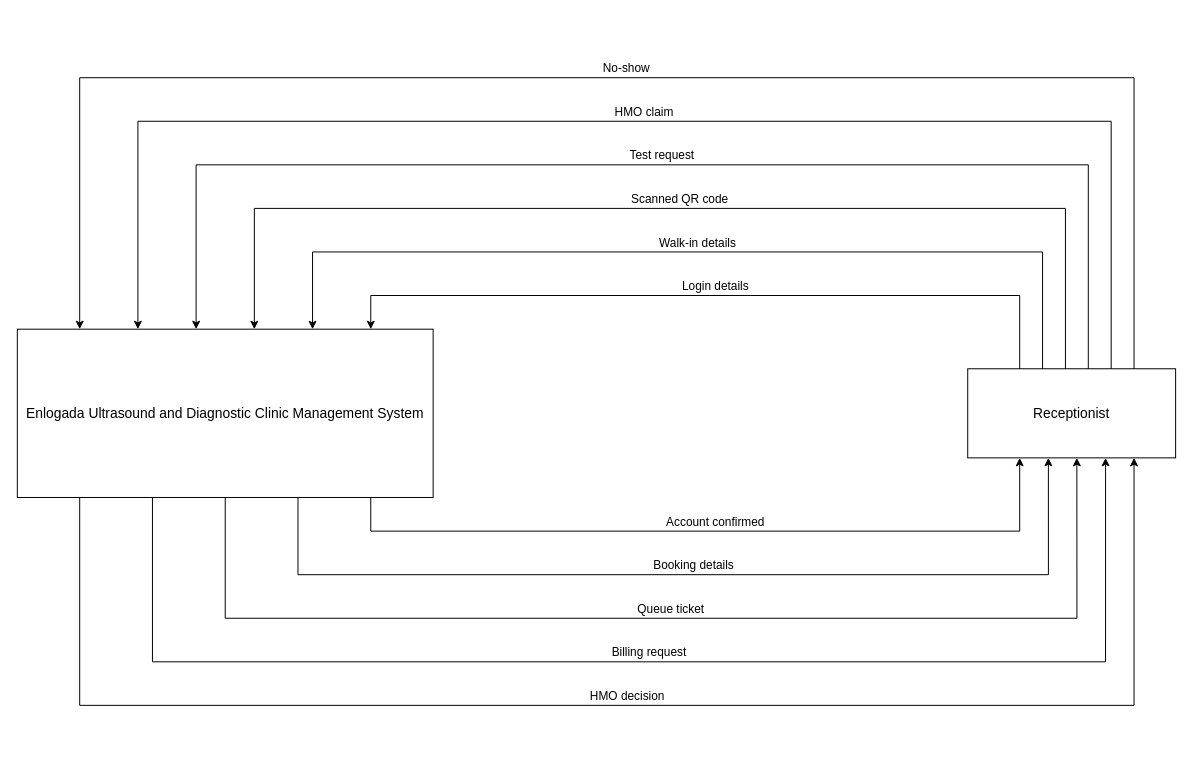
The draw.io diagram page "Receptionist" (4 of 9) of docs/diagrams/dfd-level0.drawio in Diazzzz-cpu/Enlogada-Clinic-Management-System, before the edit. Source tidied: cells renumbered, new cells numbered last; positions are measured from the earlier drawing's top-left corner, leaving out a move shared by most shapes. Both pictures are drawn from the tidied source at 99%, with x=0, y=0 at pixel (17, 77).
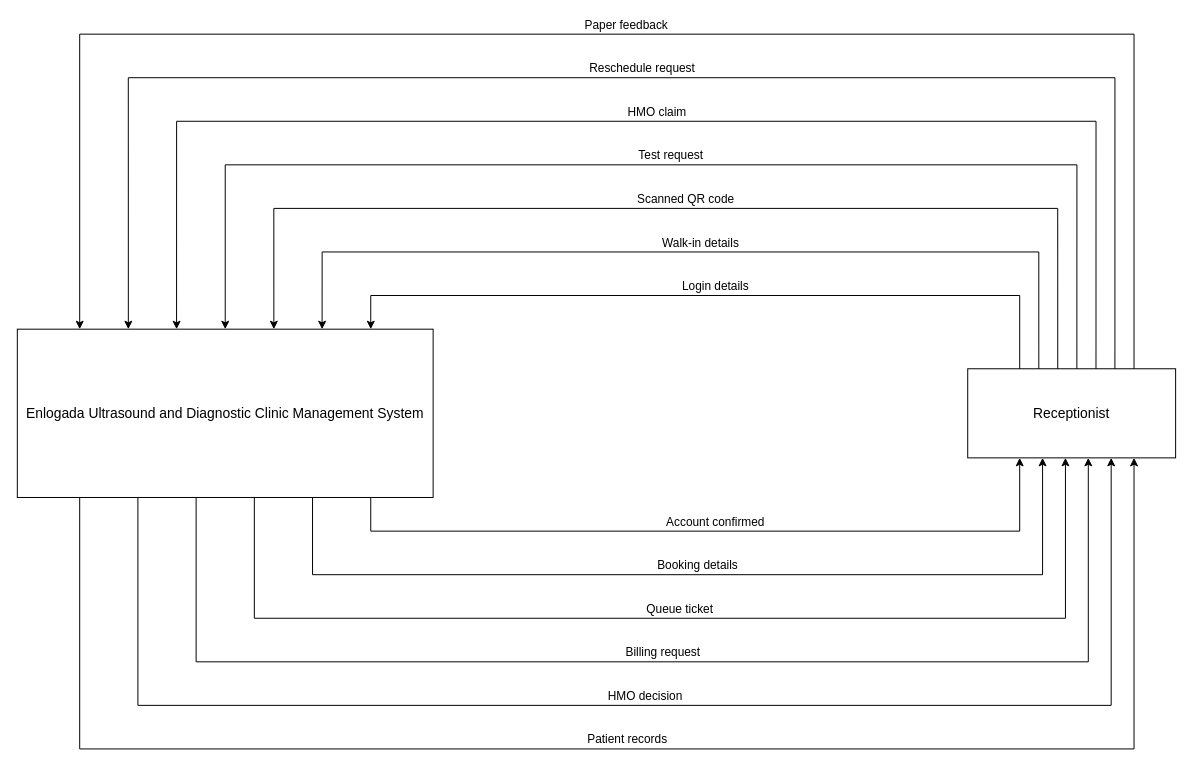
The same diagram, later.

Unchanged cells that the change refers to:
```xml
<mxCell id="2" value="Enlogada Ultrasound and Diagnostic Clinic Management System" style="rounded=0;whiteSpace=wrap;html=1;verticalAlign=middle;fontFamily=Helvetica;fontSize=14;fontColor=#000000;strokeColor=#000000;" parent="1" vertex="1">
  <mxGeometry y="254" width="420" height="170" as="geometry" />
</mxCell>
<mxCell id="3" value="Receptionist" style="rounded=0;whiteSpace=wrap;html=1;fontFamily=Helvetica;fontSize=14;fontColor=#000000;strokeColor=#000000;" parent="1" vertex="1">
  <mxGeometry x="960" y="294" width="210" height="90" as="geometry" />
</mxCell>
```

Change to the diagram source:
```diff
@@
-    <mxCell id="5" value="Walk-in details" style="edgeStyle=orthogonalEdgeStyle;rounded=0;html=1;verticalAlign=bottom;fontFamily=Helvetica;fontSize=12;fontColor=#000000;strokeColor=#000000;exitX=0.360;exitY=0;exitDx=0;exitDy=0;entryX=0.710;entryY=0;entryDx=0;entryDy=0;" parent="1" edge="1" source="3" target="2">
+    <mxCell id="5" value="Walk-in details" style="edgeStyle=orthogonalEdgeStyle;rounded=0;html=1;verticalAlign=bottom;fontFamily=Helvetica;fontSize=12;fontColor=#000000;strokeColor=#000000;exitX=0.342;exitY=0;exitDx=0;exitDy=0;entryX=0.733;entryY=0;entryDx=0;entryDy=0;" parent="1" edge="1" source="3" target="2">
       <mxGeometry relative="1" as="geometry">
         <Array as="points">
-          <mxPoint x="1035.6" y="176" />
-          <mxPoint x="298.2" y="176" />
+          <mxPoint x="1031.8" y="176" />
+          <mxPoint x="308" y="176" />
         </Array>
       </mxGeometry>
     </mxCell>
-    <mxCell id="6" value="Scanned QR code" style="edgeStyle=orthogonalEdgeStyle;rounded=0;html=1;verticalAlign=bottom;fontFamily=Helvetica;fontSize=12;fontColor=#000000;strokeColor=#000000;exitX=0.470;exitY=0;exitDx=0;exitDy=0;entryX=0.570;entryY=0;entryDx=0;entryDy=0;" parent="1" edge="1" source="3" target="2">
+    <mxCell id="6" value="Scanned QR code" style="edgeStyle=orthogonalEdgeStyle;rounded=0;html=1;verticalAlign=bottom;fontFamily=Helvetica;fontSize=12;fontColor=#000000;strokeColor=#000000;exitX=0.433;exitY=0;exitDx=0;exitDy=0;entryX=0.617;entryY=0;entryDx=0;entryDy=0;" parent="1" edge="1" source="3" target="2">
       <mxGeometry relative="1" as="geometry">
         <Array as="points">
-          <mxPoint x="1058.7" y="132" />
-          <mxPoint x="239.4" y="132" />
+          <mxPoint x="1051" y="132" />
+          <mxPoint x="259" y="132" />
         </Array>
       </mxGeometry>
     </mxCell>
-    <mxCell id="7" value="Test request" style="edgeStyle=orthogonalEdgeStyle;rounded=0;html=1;verticalAlign=bottom;fontFamily=Helvetica;fontSize=12;fontColor=#000000;strokeColor=#000000;exitX=0.580;exitY=0;exitDx=0;exitDy=0;entryX=0.430;entryY=0;entryDx=0;entryDy=0;" parent="1" edge="1" source="3" target="2">
+    <mxCell id="7" value="Test request" style="edgeStyle=orthogonalEdgeStyle;rounded=0;html=1;verticalAlign=bottom;fontFamily=Helvetica;fontSize=12;fontColor=#000000;strokeColor=#000000;exitX=0.525;exitY=0;exitDx=0;exitDy=0;entryX=0.500;entryY=0;entryDx=0;entryDy=0;" parent="1" edge="1" source="3" target="2">
       <mxGeometry relative="1" as="geometry">
         <Array as="points">
-          <mxPoint x="1081.8" y="88" />
-          <mxPoint x="180.6" y="88" />
+          <mxPoint x="1070.2" y="88" />
+          <mxPoint x="210" y="88" />
         </Array>
       </mxGeometry>
     </mxCell>
-    <mxCell id="8" value="HMO claim" style="edgeStyle=orthogonalEdgeStyle;rounded=0;html=1;verticalAlign=bottom;fontFamily=Helvetica;fontSize=12;fontColor=#000000;strokeColor=#000000;exitX=0.690;exitY=0;exitDx=0;exitDy=0;entryX=0.290;entryY=0;entryDx=0;entryDy=0;" parent="1" edge="1" source="3" target="2">
+    <mxCell id="8" value="HMO claim" style="edgeStyle=orthogonalEdgeStyle;rounded=0;html=1;verticalAlign=bottom;fontFamily=Helvetica;fontSize=12;fontColor=#000000;strokeColor=#000000;exitX=0.617;exitY=0;exitDx=0;exitDy=0;entryX=0.383;entryY=0;entryDx=0;entryDy=0;" parent="1" edge="1" source="3" target="2">
       <mxGeometry relative="1" as="geometry">
         <Array as="points">
-          <mxPoint x="1104.9" y="44" />
-          <mxPoint x="121.8" y="44" />
+          <mxPoint x="1089.5" y="44" />
+          <mxPoint x="161" y="44" />
         </Array>
       </mxGeometry>
     </mxCell>
-    <mxCell id="9" value="No-show" style="edgeStyle=orthogonalEdgeStyle;rounded=0;html=1;verticalAlign=bottom;fontFamily=Helvetica;fontSize=12;fontColor=#000000;strokeColor=#000000;exitX=0.800;exitY=0;exitDx=0;exitDy=0;entryX=0.150;entryY=0;entryDx=0;entryDy=0;" parent="1" edge="1" source="3" target="2">
+    <mxCell id="9" value="Reschedule request" style="edgeStyle=orthogonalEdgeStyle;rounded=0;html=1;verticalAlign=bottom;fontFamily=Helvetica;fontSize=12;fontColor=#000000;strokeColor=#000000;exitX=0.708;exitY=0;exitDx=0;exitDy=0;entryX=0.267;entryY=0;entryDx=0;entryDy=0;" parent="1" edge="1" source="3" target="2">
       <mxGeometry relative="1" as="geometry">
         <Array as="points">
-          <mxPoint x="1128" />
-          <mxPoint x="63" />
+          <mxPoint x="1108.8" />
+          <mxPoint x="112" />
         </Array>
       </mxGeometry>
     </mxCell>
-    <mxCell id="10" value="Account confirmed" style="edgeStyle=orthogonalEdgeStyle;rounded=0;html=1;verticalAlign=bottom;fontFamily=Helvetica;fontSize=12;fontColor=#000000;strokeColor=#000000;exitX=0.850;exitY=1;exitDx=0;exitDy=0;entryX=0.250;entryY=1;entryDx=0;entryDy=0;" parent="1" edge="1" source="2" target="3">
+    <mxCell id="10" value="Paper feedback" style="edgeStyle=orthogonalEdgeStyle;rounded=0;html=1;verticalAlign=bottom;fontFamily=Helvetica;fontSize=12;fontColor=#000000;strokeColor=#000000;exitX=0.800;exitY=0;exitDx=0;exitDy=0;entryX=0.150;entryY=0;entryDx=0;entryDy=0;" parent="1" edge="1" source="3" target="2">
       <mxGeometry relative="1" as="geometry">
         <Array as="points">
-          <mxPoint x="357" y="458" />
-          <mxPoint x="1012.5" y="458" />
+          <mxPoint x="1128" y="-44" />
+          <mxPoint x="63" y="-44" />
         </Array>
       </mxGeometry>
     </mxCell>
-    <mxCell id="11" value="Booking details" style="edgeStyle=orthogonalEdgeStyle;rounded=0;html=1;verticalAlign=bottom;fontFamily=Helvetica;fontSize=12;fontColor=#000000;strokeColor=#000000;exitX=0.675;exitY=1;exitDx=0;exitDy=0;entryX=0.388;entryY=1;entryDx=0;entryDy=0;" parent="1" edge="1" source="2" target="3">
+    <mxCell id="11" value="Account confirmed" style="edgeStyle=orthogonalEdgeStyle;rounded=0;html=1;verticalAlign=bottom;fontFamily=Helvetica;fontSize=12;fontColor=#000000;strokeColor=#000000;exitX=0.850;exitY=1;exitDx=0;exitDy=0;entryX=0.250;entryY=1;entryDx=0;entryDy=0;" parent="1" edge="1" source="2" target="3">
       <mxGeometry relative="1" as="geometry">
         <Array as="points">
-          <mxPoint x="283.5" y="502" />
-          <mxPoint x="1041.4" y="502" />
+          <mxPoint x="357" y="458" />
+          <mxPoint x="1012.5" y="458" />
         </Array>
       </mxGeometry>
     </mxCell>
-    <mxCell id="12" value="Queue ticket" style="edgeStyle=orthogonalEdgeStyle;rounded=0;html=1;verticalAlign=bottom;fontFamily=Helvetica;fontSize=12;fontColor=#000000;strokeColor=#000000;exitX=0.500;exitY=1;exitDx=0;exitDy=0;entryX=0.525;entryY=1;entryDx=0;entryDy=0;" parent="1" edge="1" source="2" target="3">
+    <mxCell id="12" value="Booking details" style="edgeStyle=orthogonalEdgeStyle;rounded=0;html=1;verticalAlign=bottom;fontFamily=Helvetica;fontSize=12;fontColor=#000000;strokeColor=#000000;exitX=0.710;exitY=1;exitDx=0;exitDy=0;entryX=0.360;entryY=1;entryDx=0;entryDy=0;" parent="1" edge="1" source="2" target="3">
       <mxGeometry relative="1" as="geometry">
         <Array as="points">
-          <mxPoint x="210" y="546" />
-          <mxPoint x="1070.2" y="546" />
+          <mxPoint x="298.2" y="502" />
+          <mxPoint x="1035.6" y="502" />
         </Array>
       </mxGeometry>
     </mxCell>
-    <mxCell id="13" value="Billing request" style="edgeStyle=orthogonalEdgeStyle;rounded=0;html=1;verticalAlign=bottom;fontFamily=Helvetica;fontSize=12;fontColor=#000000;strokeColor=#000000;exitX=0.325;exitY=1;exitDx=0;exitDy=0;entryX=0.663;entryY=1;entryDx=0;entryDy=0;" parent="1" edge="1" source="2" target="3">
+    <mxCell id="13" value="Queue ticket" style="edgeStyle=orthogonalEdgeStyle;rounded=0;html=1;verticalAlign=bottom;fontFamily=Helvetica;fontSize=12;fontColor=#000000;strokeColor=#000000;exitX=0.570;exitY=1;exitDx=0;exitDy=0;entryX=0.470;entryY=1;entryDx=0;entryDy=0;" parent="1" edge="1" source="2" target="3">
       <mxGeometry relative="1" as="geometry">
         <Array as="points">
-          <mxPoint x="136.5" y="590" />
-          <mxPoint x="1099.1" y="590" />
+          <mxPoint x="239.4" y="546" />
+          <mxPoint x="1058.7" y="546" />
         </Array>
       </mxGeometry>
     </mxCell>
-    <mxCell id="14" value="HMO decision" style="edgeStyle=orthogonalEdgeStyle;rounded=0;html=1;verticalAlign=bottom;fontFamily=Helvetica;fontSize=12;fontColor=#000000;strokeColor=#000000;exitX=0.150;exitY=1;exitDx=0;exitDy=0;entryX=0.800;entryY=1;entryDx=0;entryDy=0;" parent="1" edge="1" source="2" target="3">
+    <mxCell id="14" value="Billing request" style="edgeStyle=orthogonalEdgeStyle;rounded=0;html=1;verticalAlign=bottom;fontFamily=Helvetica;fontSize=12;fontColor=#000000;strokeColor=#000000;exitX=0.430;exitY=1;exitDx=0;exitDy=0;entryX=0.580;entryY=1;entryDx=0;entryDy=0;" parent="1" edge="1" source="2" target="3">
       <mxGeometry relative="1" as="geometry">
         <Array as="points">
-          <mxPoint x="63" y="634" />
-          <mxPoint x="1128" y="634" />
+          <mxPoint x="180.6" y="590" />
+          <mxPoint x="1081.8" y="590" />
         </Array>
       </mxGeometry>
     </mxCell>
+    <mxCell id="15" value="HMO decision" style="edgeStyle=orthogonalEdgeStyle;rounded=0;html=1;verticalAlign=bottom;fontFamily=Helvetica;fontSize=12;fontColor=#000000;strokeColor=#000000;exitX=0.290;exitY=1;exitDx=0;exitDy=0;entryX=0.690;entryY=1;entryDx=0;entryDy=0;" parent="1" edge="1" source="2" target="3">
+      <mxGeometry relative="1" as="geometry">
+        <Array as="points">
+          <mxPoint x="121.8" y="634" />
+          <mxPoint x="1104.9" y="634" />
+        </Array>
+      </mxGeometry>
+    </mxCell>
+    <mxCell id="16" value="Patient records" style="edgeStyle=orthogonalEdgeStyle;rounded=0;html=1;verticalAlign=bottom;fontFamily=Helvetica;fontSize=12;fontColor=#000000;strokeColor=#000000;exitX=0.150;exitY=1;exitDx=0;exitDy=0;entryX=0.800;entryY=1;entryDx=0;entryDy=0;" parent="1" edge="1" source="2" target="3">
+      <mxGeometry relative="1" as="geometry">
+        <Array as="points">
+          <mxPoint x="63" y="678" />
+          <mxPoint x="1128" y="678" />
+        </Array>
+      </mxGeometry>
+    </mxCell>
```
